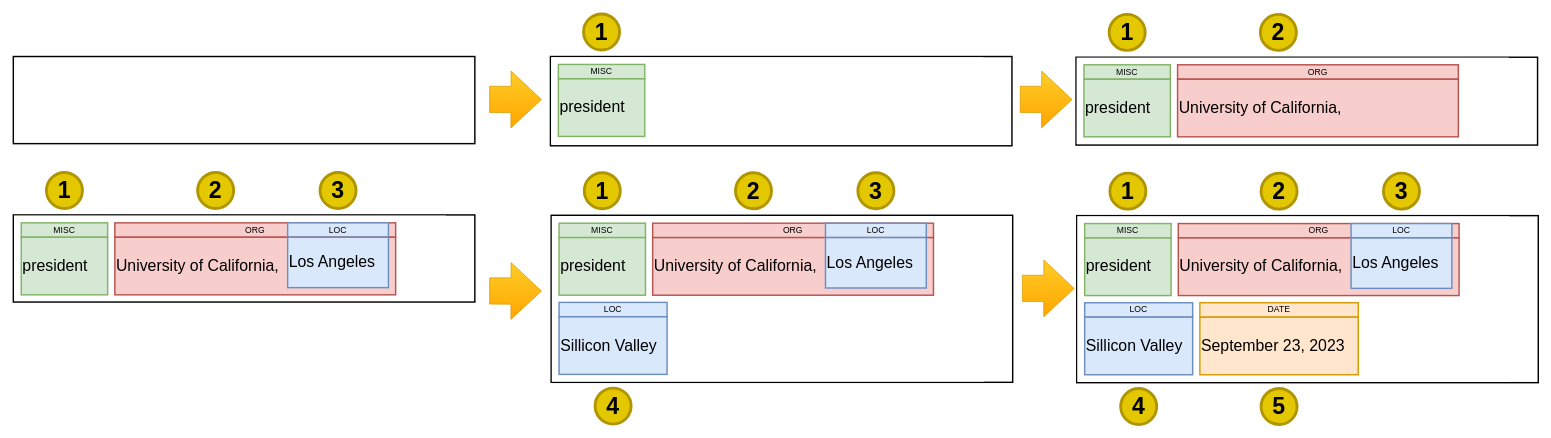
Earlier version of the draw.io diagram nervis.drawio (viniciusrpb/drawio_flowcharts). Source tidied: cells renumbered, new cells numbered last; positions are measured from the earlier drawing's top-left corner, leaving out a move shared by most shapes. Both pictures are drawn from the tidied source at 72%, with x=0, y=0 at pixel (13, 14).
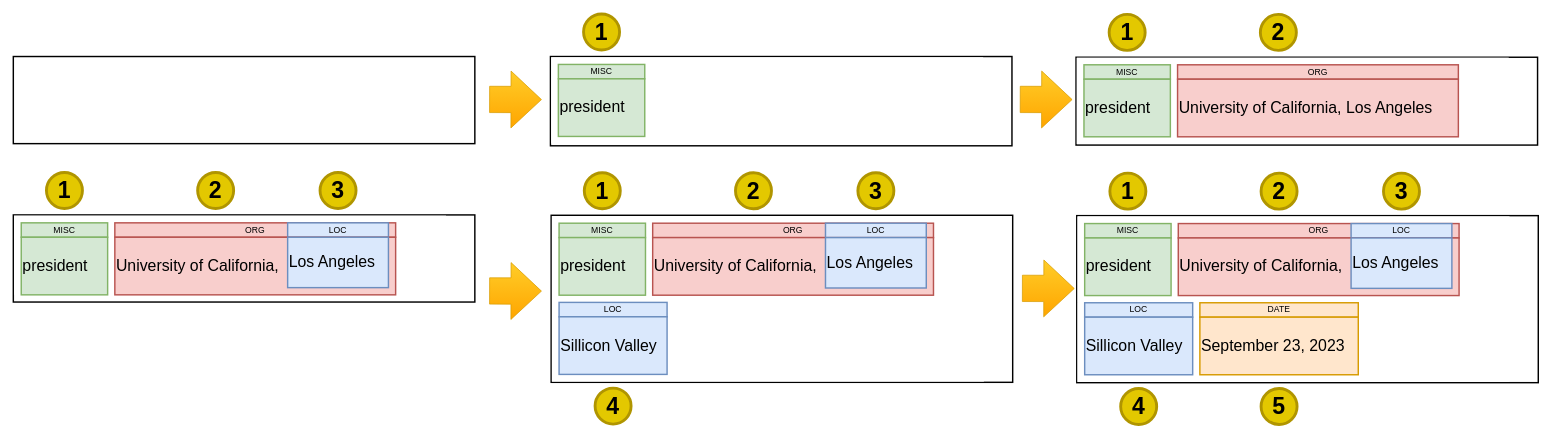
After the change.

Change to the diagram source:
```diff
@@
-    <mxCell id="40" value="University of California," style="rounded=0;whiteSpace=wrap;html=1;align=left;fontSize=22;strokeWidth=2;fillColor=#f8cecc;strokeColor=#b85450;" parent="1" vertex="1">
+    <mxCell id="40" value="University of California, Los Angeles" style="rounded=0;whiteSpace=wrap;html=1;align=left;fontSize=22;strokeWidth=2;fillColor=#f8cecc;strokeColor=#b85450;" parent="1" vertex="1">
       <mxGeometry x="1617" y="90.5" width="390" height="80" as="geometry" />
     </mxCell>
```
